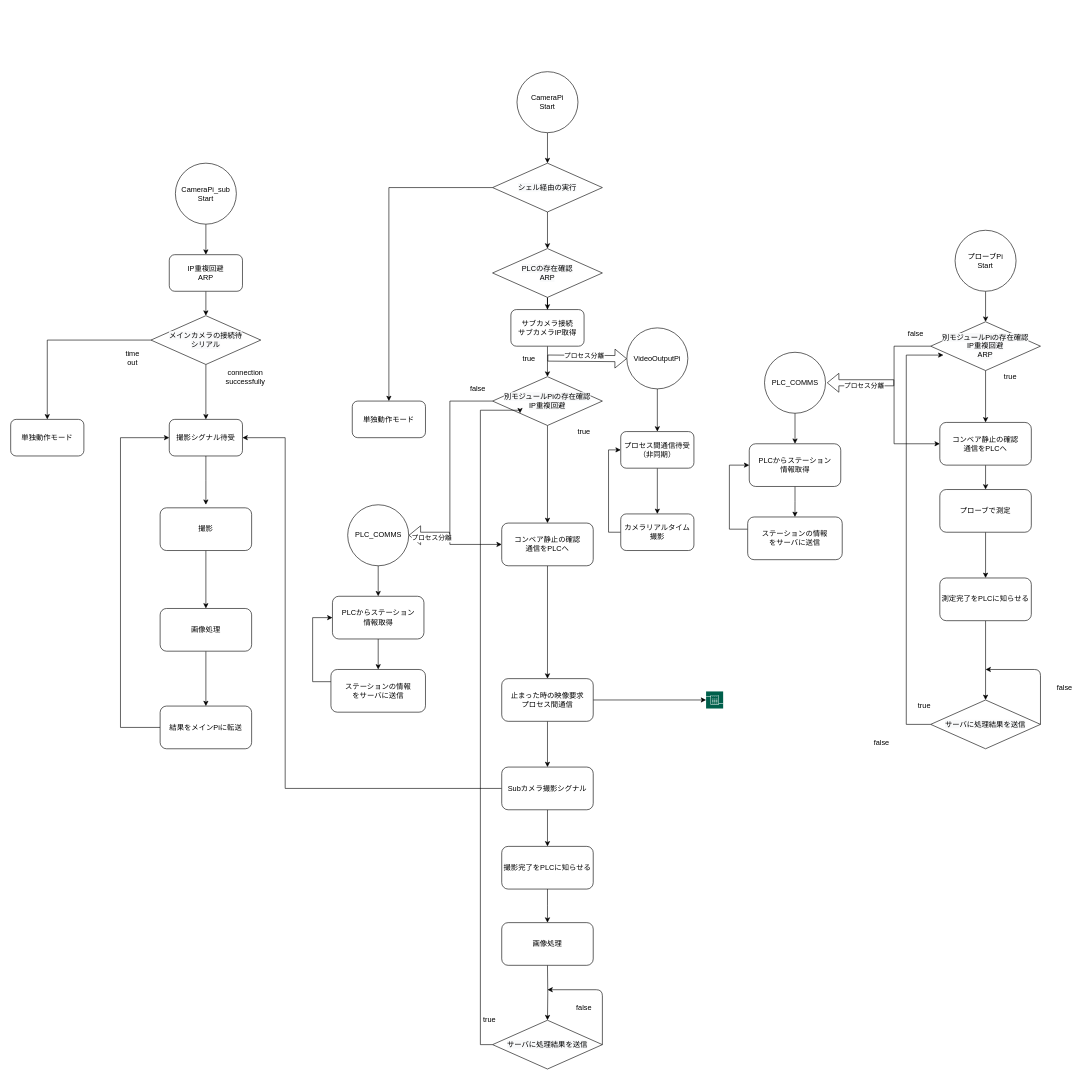
This is 設計/フローチャート.drawio from chekke1999/kaihatukadai, a draw.io file, before an edit. Source tidied: cells renumbered, new cells numbered last; positions are measured from the earlier drawing's top-left corner, leaving out a move shared by most shapes. Both pictures are drawn from the tidied source at 61%, with x=0, y=0 at pixel (10, 71).
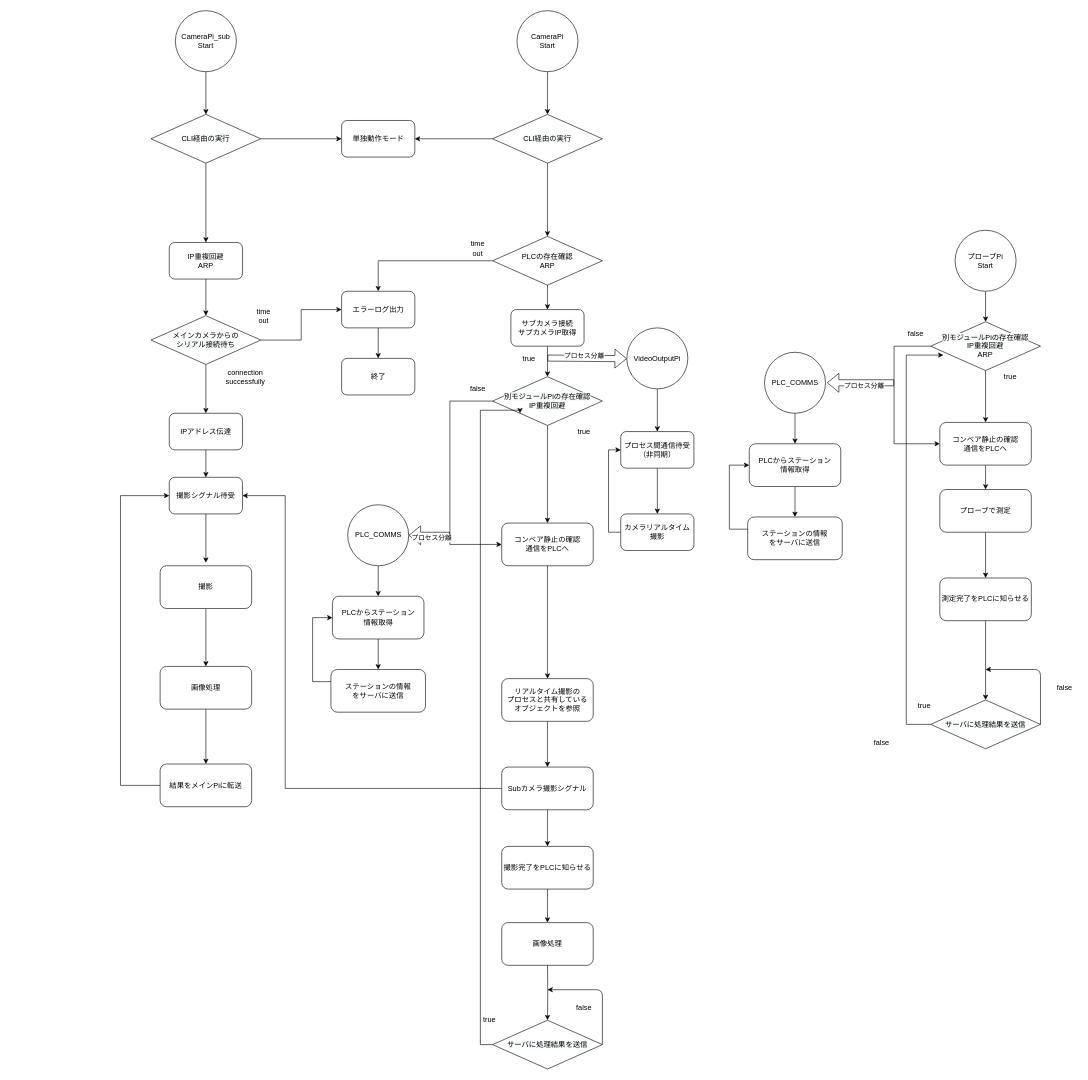
Above is the later version.

Commit message (it also covers changes not shown here):
フローチャート.drawio を更新します

Unchanged cells that the change refers to:
```xml
<mxCell id="88" value="Subカメラ撮影シグナル" style="rounded=1;whiteSpace=wrap;html=1;" parent="1" vertex="1">
  <mxGeometry x="805" y="1140" width="150" height="70" as="geometry" />
</mxCell>
```

What changed in the source:
```diff
@@
     <mxCell id="3" value="CameraPi&lt;br&gt;Start" style="ellipse;whiteSpace=wrap;html=1;" parent="1" vertex="1">
-      <mxGeometry x="830" width="100" height="100" as="geometry" />
+      <mxGeometry x="830" y="-100" width="100" height="100" as="geometry" />
     </mxCell>
@@
-    <mxCell id="21" style="edgeStyle=orthogonalEdgeStyle;rounded=0;jettySize=auto;html=1;" parent="1" edge="1" source="23" target="49">
-      <mxGeometry relative="1" as="geometry" />
-    </mxCell>
@@
-    <mxCell id="23" value="止まった時の映像要求&lt;br&gt;プロセス間通信" style="rounded=1;whiteSpace=wrap;html=1;" parent="1" vertex="1">
+    <mxCell id="23" value="リアルタイム撮影の&lt;br&gt;プロセスと共有している&lt;br&gt;オブジェクトを参照" style="rounded=1;whiteSpace=wrap;html=1;" parent="1" vertex="1">
       <mxGeometry x="805" y="995" width="150" height="70" as="geometry" />
     </mxCell>
@@
-    <mxCell id="49" style="shadow=0;dashed=0;html=1;strokeColor=none;fillColor=#005F4B;labelPosition=center;verticalLabelPosition=bottom;verticalAlign=top;align=center;outlineConnect=0;shape=mxgraph.veeam2.cpu_socket;" parent="1" vertex="1">
-      <mxGeometry x="1140" y="1016" width="28" height="28" as="geometry" />
-    </mxCell>
@@
     <mxCell id="66" style="edgeStyle=orthogonalEdgeStyle;rounded=0;jettySize=auto;html=1;exitX=0;exitY=0.5;exitDx=0;exitDy=0;" parent="1" edge="1" source="96" target="69">
-      <mxGeometry relative="1" as="geometry" />
+      <mxGeometry relative="1" as="geometry">
+        <Array as="points">
+          <mxPoint x="770" y="110" />
+          <mxPoint x="770" y="110" />
+        </Array>
+      </mxGeometry>
     </mxCell>
@@
+    <mxCell id="97" style="edgeStyle=orthogonalEdgeStyle;rounded=0;jettySize=auto;html=1;" parent="1" edge="1" source="68" target="105">
+      <mxGeometry relative="1" as="geometry" />
+    </mxCell>
     <mxCell id="68" value="&lt;span style=&quot;color: rgb(0 , 0 , 0) ; font-family: &amp;#34;helvetica&amp;#34; ; font-size: 12px ; font-style: normal ; font-weight: 400 ; letter-spacing: normal ; text-align: center ; text-indent: 0px ; text-transform: none ; word-spacing: 0px ; background-color: rgb(248 , 249 , 250) ; display: inline ; float: none&quot;&gt;PLCの存在確認&lt;br&gt;ARP&lt;br&gt;&lt;/span&gt;" style="rhombus;whiteSpace=wrap;html=1;" parent="1" vertex="1">
-      <mxGeometry x="790" y="290" width="180" height="80" as="geometry" />
+      <mxGeometry x="790" y="270" width="180" height="80" as="geometry" />
     </mxCell>
     <mxCell id="69" value="単独動作モード" style="rounded=1;whiteSpace=wrap;html=1;" parent="1" vertex="1">
-      <mxGeometry x="560" y="540" width="120" height="60" as="geometry" />
+      <mxGeometry x="542.5" y="80" width="120" height="60" as="geometry" />
     </mxCell>
-    <mxCell id="70" style="edgeStyle=orthogonalEdgeStyle;rounded=0;jettySize=auto;html=1;entryX=0.5;entryY=0;entryDx=0;entryDy=0;" parent="1" edge="1" source="71" target="94">
-      <mxGeometry relative="1" as="geometry" />
-    </mxCell>
+    <mxCell id="98" style="edgeStyle=orthogonalEdgeStyle;rounded=0;jettySize=auto;html=1;" parent="1" edge="1" source="71" target="103">
+      <mxGeometry relative="1" as="geometry" />
+    </mxCell>
     <mxCell id="71" value="CameraPi_sub&lt;br&gt;Start" style="ellipse;whiteSpace=wrap;html=1;" parent="1" vertex="1">
-      <mxGeometry x="270" y="150" width="100" height="100" as="geometry" />
+      <mxGeometry x="270" y="-100" width="100" height="100" as="geometry" />
     </mxCell>
-    <mxCell id="72" style="edgeStyle=orthogonalEdgeStyle;rounded=0;jettySize=auto;html=1;entryX=0.5;entryY=0;entryDx=0;entryDy=0;" parent="1" edge="1" source="73" target="80">
-      <mxGeometry relative="1" as="geometry" />
-    </mxCell>
+    <mxCell id="99" style="edgeStyle=orthogonalEdgeStyle;rounded=0;jettySize=auto;html=1;entryX=0;entryY=0.5;entryDx=0;entryDy=0;" parent="1" edge="1" source="73" target="105">
+      <mxGeometry relative="1" as="geometry" />
+    </mxCell>
+    <mxCell id="100" style="edgeStyle=orthogonalEdgeStyle;rounded=0;jettySize=auto;html=1;" parent="1" edge="1" source="73" target="109">
+      <mxGeometry relative="1" as="geometry" />
+    </mxCell>
-    <mxCell id="73" value="&lt;span style=&quot;color: rgb(0 , 0 , 0) ; font-family: &amp;#34;helvetica&amp;#34; ; font-size: 12px ; font-style: normal ; font-weight: 400 ; letter-spacing: normal ; text-align: center ; text-indent: 0px ; text-transform: none ; word-spacing: 0px ; background-color: rgb(248 , 249 , 250) ; display: inline ; float: none&quot;&gt;メインカメラの接続待&lt;br&gt;シリアル&lt;br&gt;&lt;/span&gt;" style="rhombus;whiteSpace=wrap;html=1;" parent="1" vertex="1">
+    <mxCell id="73" value="&lt;span style=&quot;color: rgb(0 , 0 , 0) ; font-family: &amp;#34;helvetica&amp;#34; ; font-size: 12px ; font-style: normal ; font-weight: 400 ; letter-spacing: normal ; text-align: center ; text-indent: 0px ; text-transform: none ; word-spacing: 0px ; background-color: rgb(248 , 249 , 250) ; display: inline ; float: none&quot;&gt;メインカメラからの&lt;br&gt;シリアル接続待ち&lt;br&gt;&lt;/span&gt;" style="rhombus;whiteSpace=wrap;html=1;" parent="1" vertex="1">
       <mxGeometry x="230" y="400" width="180" height="80" as="geometry" />
     </mxCell>
@@
     <mxCell id="75" style="edgeStyle=orthogonalEdgeStyle;rounded=0;jettySize=auto;html=1;entryX=0;entryY=0.5;entryDx=0;entryDy=0;" parent="1" edge="1" source="76" target="80">
       <mxGeometry relative="1" as="geometry">
         <Array as="points">
-          <mxPoint x="180" y="1075" />
-          <mxPoint x="180" y="600" />
+          <mxPoint x="180" y="1170" />
+          <mxPoint x="180" y="695" />
         </Array>
       </mxGeometry>
     </mxCell>
     <mxCell id="76" value="結果をメインPiに転送" style="rounded=1;whiteSpace=wrap;html=1;" parent="1" vertex="1">
-      <mxGeometry x="245" y="1040" width="150" height="70" as="geometry" />
+      <mxGeometry x="245" y="1135" width="150" height="70" as="geometry" />
     </mxCell>
@@
     <mxCell id="78" value="撮影" style="rounded=1;whiteSpace=wrap;html=1;" parent="1" vertex="1">
-      <mxGeometry x="245" y="715" width="150" height="70" as="geometry" />
+      <mxGeometry x="245" y="810" width="150" height="70" as="geometry" />
     </mxCell>
     <mxCell id="79" style="edgeStyle=orthogonalEdgeStyle;rounded=0;jettySize=auto;html=1;" parent="1" edge="1" source="80">
       <mxGeometry relative="1" as="geometry">
-        <mxPoint x="320" y="710" as="targetPoint" />
+        <mxPoint x="320" y="805" as="targetPoint" />
       </mxGeometry>
     </mxCell>
     <mxCell id="80" value="撮影シグナル待受" style="rounded=1;whiteSpace=wrap;html=1;" parent="1" vertex="1">
-      <mxGeometry x="260" y="570" width="120" height="60" as="geometry" />
+      <mxGeometry x="260" y="665" width="120" height="60" as="geometry" />
     </mxCell>
@@
     <mxCell id="82" value="画像処理" style="rounded=1;whiteSpace=wrap;html=1;" parent="1" vertex="1">
-      <mxGeometry x="245" y="880" width="150" height="70" as="geometry" />
+      <mxGeometry x="245" y="975" width="150" height="70" as="geometry" />
     </mxCell>
-    <mxCell id="83" style="edgeStyle=orthogonalEdgeStyle;rounded=0;jettySize=auto;html=1;entryX=0.5;entryY=0;entryDx=0;entryDy=0;" parent="1" edge="1" target="85">
-      <mxGeometry relative="1" as="geometry">
-        <mxPoint x="230" y="440" as="sourcePoint" />
-        <Array as="points">
-          <mxPoint x="60" y="440" />
-          <mxPoint x="60" y="570" />
-        </Array>
-      </mxGeometry>
-    </mxCell>
     <mxCell id="84" value="time out" style="text;html=1;strokeColor=none;fillColor=none;align=center;verticalAlign=middle;whiteSpace=wrap;rounded=0;" parent="1" vertex="1">
-      <mxGeometry x="180" y="460" width="40" height="20" as="geometry" />
+      <mxGeometry x="395" y="390" width="40" height="20" as="geometry" />
     </mxCell>
-    <mxCell id="85" value="単独動作モード" style="rounded=1;whiteSpace=wrap;html=1;" parent="1" vertex="1">
-      <mxGeometry y="570" width="120" height="60" as="geometry" />
-    </mxCell>
@@
     <mxCell id="87" style="edgeStyle=orthogonalEdgeStyle;rounded=0;jettySize=auto;html=1;entryX=1;entryY=0.5;entryDx=0;entryDy=0;" parent="1" edge="1" source="88" target="80">
       <mxGeometry relative="1" as="geometry">
         <Array as="points">
           <mxPoint x="450" y="1175" />
-          <mxPoint x="450" y="600" />
+          <mxPoint x="450" y="695" />
         </Array>
       </mxGeometry>
     </mxCell>
@@
     <mxCell id="94" value="IP重複回避&lt;br&gt;ARP" style="rounded=1;whiteSpace=wrap;html=1;" parent="1" vertex="1">
-      <mxGeometry x="260" y="300" width="120" height="60" as="geometry" />
+      <mxGeometry x="260" y="280" width="120" height="60" as="geometry" />
     </mxCell>
@@
-    <mxCell id="96" value="&lt;span style=&quot;color: rgb(0 , 0 , 0) ; font-family: &amp;#34;helvetica&amp;#34; ; font-size: 12px ; font-style: normal ; font-weight: 400 ; letter-spacing: normal ; text-align: center ; text-indent: 0px ; text-transform: none ; word-spacing: 0px ; background-color: rgb(248 , 249 , 250) ; display: inline ; float: none&quot;&gt;シェル経由の実行&lt;br&gt;&lt;/span&gt;" style="rhombus;whiteSpace=wrap;html=1;" parent="1" vertex="1">
-      <mxGeometry x="790" y="150" width="180" height="80" as="geometry" />
+    <mxCell id="96" value="&lt;span style=&quot;color: rgb(0 , 0 , 0) ; font-family: &amp;#34;helvetica&amp;#34; ; font-size: 12px ; font-style: normal ; font-weight: 400 ; letter-spacing: normal ; text-align: center ; text-indent: 0px ; text-transform: none ; word-spacing: 0px ; background-color: rgb(248 , 249 , 250) ; display: inline ; float: none&quot;&gt;CLI経由の実行&lt;br&gt;&lt;/span&gt;" style="rhombus;whiteSpace=wrap;html=1;" parent="1" vertex="1">
+      <mxGeometry x="790" y="70" width="180" height="80" as="geometry" />
     </mxCell>
+    <mxCell id="101" style="edgeStyle=orthogonalEdgeStyle;rounded=0;jettySize=auto;html=1;entryX=0.5;entryY=0;entryDx=0;entryDy=0;" parent="1" edge="1" source="103" target="94">
+      <mxGeometry relative="1" as="geometry" />
+    </mxCell>
+    <mxCell id="102" style="edgeStyle=orthogonalEdgeStyle;rounded=0;jettySize=auto;html=1;entryX=0;entryY=0.5;entryDx=0;entryDy=0;" parent="1" edge="1" source="103" target="69">
+      <mxGeometry relative="1" as="geometry" />
+    </mxCell>
+    <mxCell id="103" value="&lt;span style=&quot;color: rgb(0 , 0 , 0) ; font-family: &amp;#34;helvetica&amp;#34; ; font-size: 12px ; font-style: normal ; font-weight: 400 ; letter-spacing: normal ; text-align: center ; text-indent: 0px ; text-transform: none ; word-spacing: 0px ; background-color: rgb(248 , 249 , 250) ; display: inline ; float: none&quot;&gt;CLI経由の実行&lt;br&gt;&lt;/span&gt;" style="rhombus;whiteSpace=wrap;html=1;" parent="1" vertex="1">
+      <mxGeometry x="230" y="70" width="180" height="80" as="geometry" />
+    </mxCell>
+    <mxCell id="104" style="edgeStyle=orthogonalEdgeStyle;rounded=0;jettySize=auto;html=1;entryX=0.5;entryY=0;entryDx=0;entryDy=0;" parent="1" edge="1" source="105" target="107">
+      <mxGeometry relative="1" as="geometry" />
+    </mxCell>
+    <mxCell id="105" value="エラーログ出力" style="rounded=1;whiteSpace=wrap;html=1;" parent="1" vertex="1">
+      <mxGeometry x="542.5" y="360" width="120" height="60" as="geometry" />
+    </mxCell>
+    <mxCell id="106" value="time out" style="text;html=1;strokeColor=none;fillColor=none;align=center;verticalAlign=middle;whiteSpace=wrap;rounded=0;" parent="1" vertex="1">
+      <mxGeometry x="745.5" y="280" width="40" height="20" as="geometry" />
+    </mxCell>
+    <mxCell id="107" value="終了" style="rounded=1;whiteSpace=wrap;html=1;" parent="1" vertex="1">
+      <mxGeometry x="542.5" y="470" width="120" height="60" as="geometry" />
+    </mxCell>
+    <mxCell id="108" style="edgeStyle=orthogonalEdgeStyle;rounded=0;jettySize=auto;html=1;entryX=0.5;entryY=0;entryDx=0;entryDy=0;" parent="1" edge="1" source="109" target="80">
+      <mxGeometry relative="1" as="geometry" />
+    </mxCell>
+    <mxCell id="109" value="IPアドレス伝達" style="rounded=1;whiteSpace=wrap;html=1;" parent="1" vertex="1">
+      <mxGeometry x="260" y="560" width="120" height="60" as="geometry" />
+    </mxCell>
```
